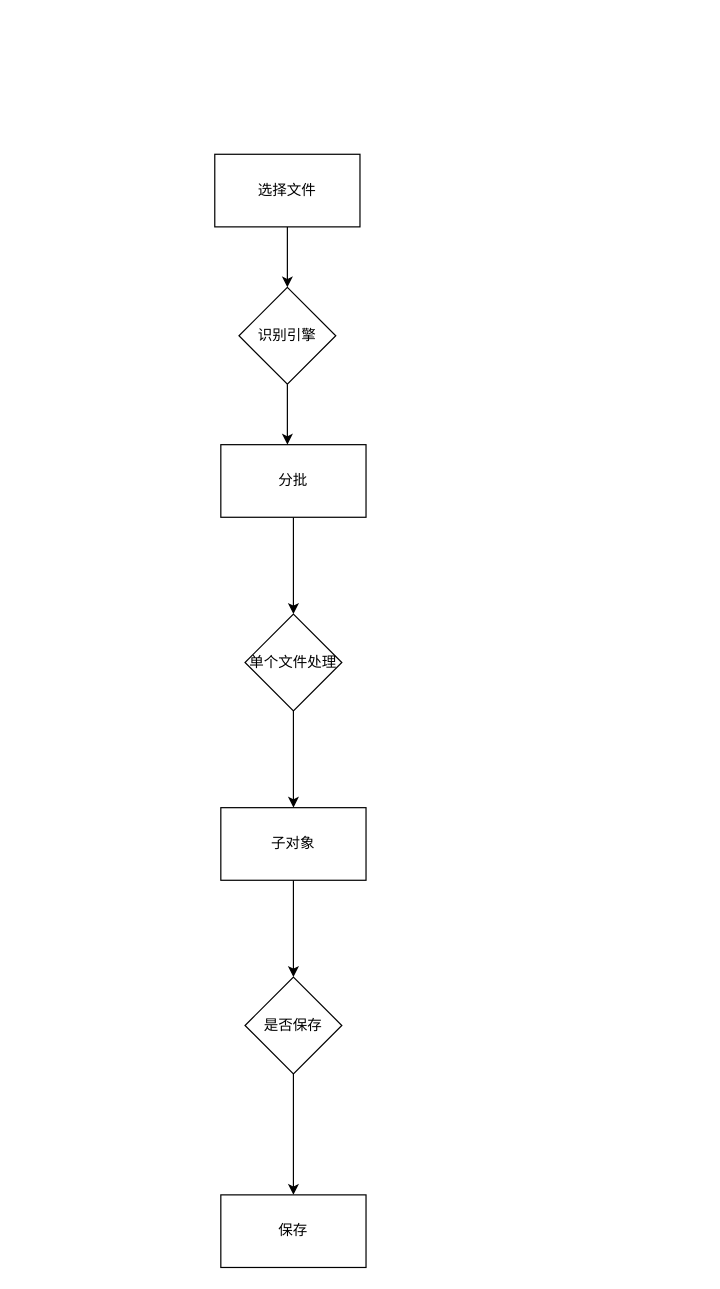
Before: page "local" (1 of 2) of flow.drawio in zx648383079/ZoDream.Archiver, a draw.io diagram. Source tidied: cells renumbered, new cells numbered last; positions are measured from the earlier drawing's top-left corner, leaving out a move shared by most shapes. Both pictures are drawn from the tidied source at 121%, with x=0, y=0 at pixel (214, 154).
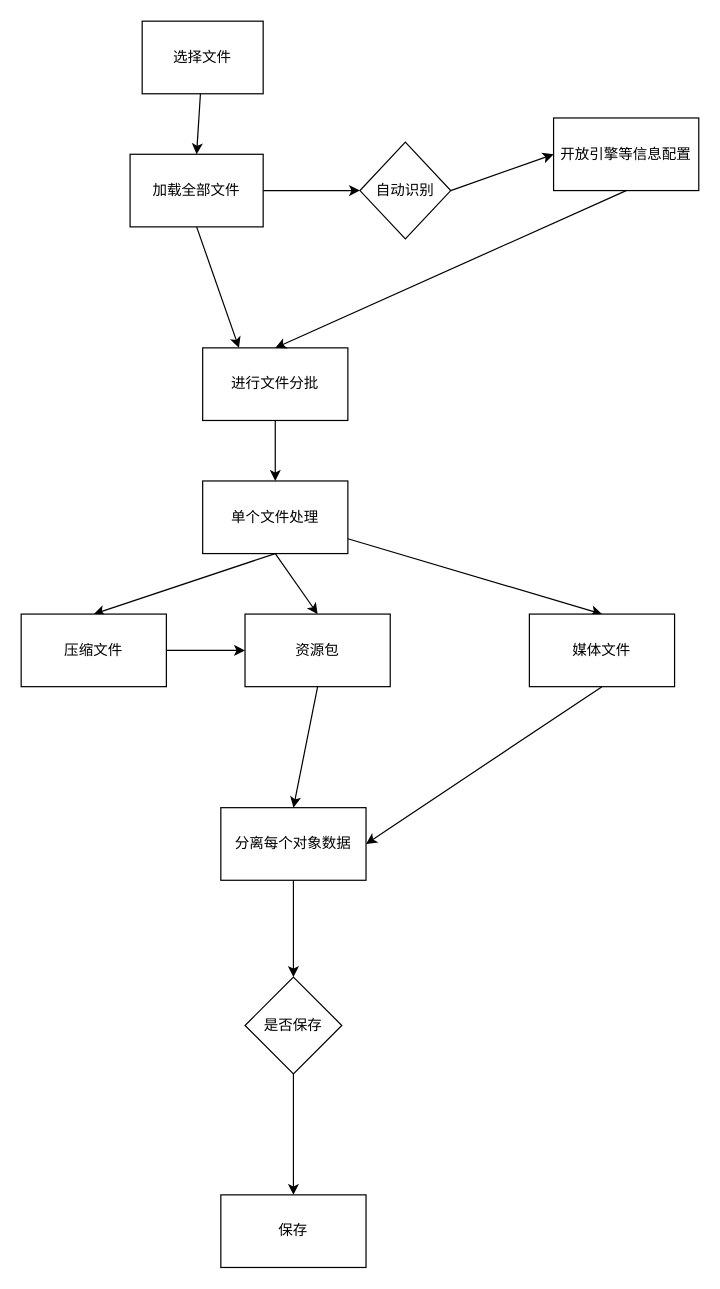
After the change.

What changed in the source:
```diff
@@
-    <mxCell id="2" style="edgeStyle=none;html=1;exitX=0.5;exitY=1;exitDx=0;exitDy=0;entryX=0.5;entryY=0;entryDx=0;entryDy=0;" parent="1" edge="1" source="3" target="4">
+    <mxCell id="2" style="edgeStyle=none;html=1;exitX=1;exitY=0.5;exitDx=0;exitDy=0;entryX=0;entryY=0.5;entryDx=0;entryDy=0;" parent="1" edge="1" source="17" target="4">
       <mxGeometry relative="1" as="geometry" />
     </mxCell>
     <mxCell id="3" value="选择文件" style="rounded=0;whiteSpace=wrap;html=1;" parent="1" vertex="1">
-      <mxGeometry width="120" height="60" as="geometry" />
+      <mxGeometry x="-60" y="-110" width="100" height="60" as="geometry" />
     </mxCell>
+    <mxCell id="15" style="edgeStyle=none;html=1;exitX=1;exitY=0.5;exitDx=0;exitDy=0;entryX=0;entryY=0.5;entryDx=0;entryDy=0;" parent="1" edge="1" source="4" target="20">
+      <mxGeometry relative="1" as="geometry" />
+    </mxCell>
-    <mxCell id="4" value="识别引擎" style="rhombus;whiteSpace=wrap;html=1;" parent="1" vertex="1">
-      <mxGeometry x="20" y="110" width="80" height="80" as="geometry" />
+    <mxCell id="4" value="自动识别" style="rhombus;whiteSpace=wrap;html=1;" parent="1" vertex="1">
+      <mxGeometry x="120" y="-10" width="75" height="80" as="geometry" />
     </mxCell>
@@
-    <mxCell id="6" value="分批" style="rounded=0;whiteSpace=wrap;html=1;" parent="1" vertex="1">
-      <mxGeometry x="5" y="240" width="120" height="60" as="geometry" />
+    <mxCell id="6" value="进行文件分批" style="rounded=0;whiteSpace=wrap;html=1;" parent="1" vertex="1">
+      <mxGeometry x="-10" y="160" width="120" height="60" as="geometry" />
     </mxCell>
-    <mxCell id="7" style="edgeStyle=none;html=1;exitX=0.5;exitY=1;exitDx=0;exitDy=0;" parent="1" edge="1" source="4">
-      <mxGeometry relative="1" as="geometry">
-        <mxPoint x="60" y="240" as="targetPoint" />
-      </mxGeometry>
-    </mxCell>
-    <mxCell id="8" style="edgeStyle=none;html=1;exitX=0.5;exitY=1;exitDx=0;exitDy=0;entryX=0.5;entryY=0;entryDx=0;entryDy=0;" parent="1" edge="1" source="9" target="11">
+    <mxCell id="8" style="edgeStyle=none;html=1;entryX=0.5;entryY=0;entryDx=0;entryDy=0;exitX=0.5;exitY=1;exitDx=0;exitDy=0;" parent="1" edge="1" source="26" target="11">
       <mxGeometry relative="1" as="geometry" />
     </mxCell>
-    <mxCell id="9" value="单个文件处理" style="rhombus;whiteSpace=wrap;html=1;" parent="1" vertex="1">
-      <mxGeometry x="25" y="380" width="80" height="80" as="geometry" />
-    </mxCell>
@@
-    <mxCell id="11" value="子对象" style="rounded=0;whiteSpace=wrap;html=1;" parent="1" vertex="1">
+    <mxCell id="11" value="分离每个对象数据" style="rounded=0;whiteSpace=wrap;html=1;" parent="1" vertex="1">
       <mxGeometry x="5" y="540" width="120" height="60" as="geometry" />
     </mxCell>
@@
+    <mxCell id="16" style="edgeStyle=none;html=1;exitX=0.5;exitY=1;exitDx=0;exitDy=0;entryX=0.25;entryY=0;entryDx=0;entryDy=0;" parent="1" edge="1" source="17" target="6">
+      <mxGeometry relative="1" as="geometry" />
+    </mxCell>
+    <mxCell id="17" value="加载全部文件" style="rounded=0;whiteSpace=wrap;html=1;" parent="1" vertex="1">
+      <mxGeometry x="-70" width="110" height="60" as="geometry" />
+    </mxCell>
+    <mxCell id="18" style="edgeStyle=none;html=1;entryX=0.5;entryY=0;entryDx=0;entryDy=0;" parent="1" edge="1" source="3" target="17">
+      <mxGeometry relative="1" as="geometry" />
+    </mxCell>
+    <mxCell id="19" style="edgeStyle=none;html=1;exitX=0.5;exitY=1;exitDx=0;exitDy=0;entryX=0.5;entryY=0;entryDx=0;entryDy=0;" parent="1" edge="1" source="20" target="6">
+      <mxGeometry relative="1" as="geometry" />
+    </mxCell>
+    <mxCell id="20" value="开放引擎等信息配置" style="rounded=0;whiteSpace=wrap;html=1;" parent="1" vertex="1">
+      <mxGeometry x="280" y="-30" width="120" height="60" as="geometry" />
+    </mxCell>
+    <mxCell id="21" style="edgeStyle=none;html=1;exitX=0.5;exitY=1;exitDx=0;exitDy=0;entryX=0.5;entryY=0;entryDx=0;entryDy=0;" parent="1" edge="1" source="9" target="25">
+      <mxGeometry relative="1" as="geometry" />
+    </mxCell>
+    <mxCell id="22" style="edgeStyle=none;html=1;entryX=0.5;entryY=0;entryDx=0;entryDy=0;exitX=0.5;exitY=1;exitDx=0;exitDy=0;" parent="1" edge="1" source="9" target="26">
+      <mxGeometry relative="1" as="geometry" />
+    </mxCell>
+    <mxCell id="23" style="edgeStyle=none;html=1;entryX=0.5;entryY=0;entryDx=0;entryDy=0;" parent="1" edge="1" source="9" target="28">
+      <mxGeometry relative="1" as="geometry" />
+    </mxCell>
+    <mxCell id="9" value="&lt;span style=&quot;color: rgb(0, 0, 0);&quot;&gt;单个文件处理&lt;/span&gt;" style="rounded=0;whiteSpace=wrap;html=1;" parent="1" vertex="1">
+      <mxGeometry x="-10" y="270" width="120" height="60" as="geometry" />
+    </mxCell>
+    <mxCell id="24" style="edgeStyle=none;html=1;exitX=1;exitY=0.5;exitDx=0;exitDy=0;entryX=0;entryY=0.5;entryDx=0;entryDy=0;" parent="1" edge="1" source="25" target="26">
+      <mxGeometry relative="1" as="geometry" />
+    </mxCell>
+    <mxCell id="25" value="压缩文件" style="rounded=0;whiteSpace=wrap;html=1;" parent="1" vertex="1">
+      <mxGeometry x="-160" y="380" width="120" height="60" as="geometry" />
+    </mxCell>
+    <mxCell id="26" value="资源包" style="rounded=0;whiteSpace=wrap;html=1;" parent="1" vertex="1">
+      <mxGeometry x="25" y="380" width="120" height="60" as="geometry" />
+    </mxCell>
+    <mxCell id="27" style="edgeStyle=none;html=1;exitX=0.5;exitY=1;exitDx=0;exitDy=0;entryX=1;entryY=0.5;entryDx=0;entryDy=0;" parent="1" edge="1" source="28" target="11">
+      <mxGeometry relative="1" as="geometry" />
+    </mxCell>
+    <mxCell id="28" value="媒体文件" style="rounded=0;whiteSpace=wrap;html=1;" parent="1" vertex="1">
+      <mxGeometry x="260" y="380" width="120" height="60" as="geometry" />
+    </mxCell>
```
